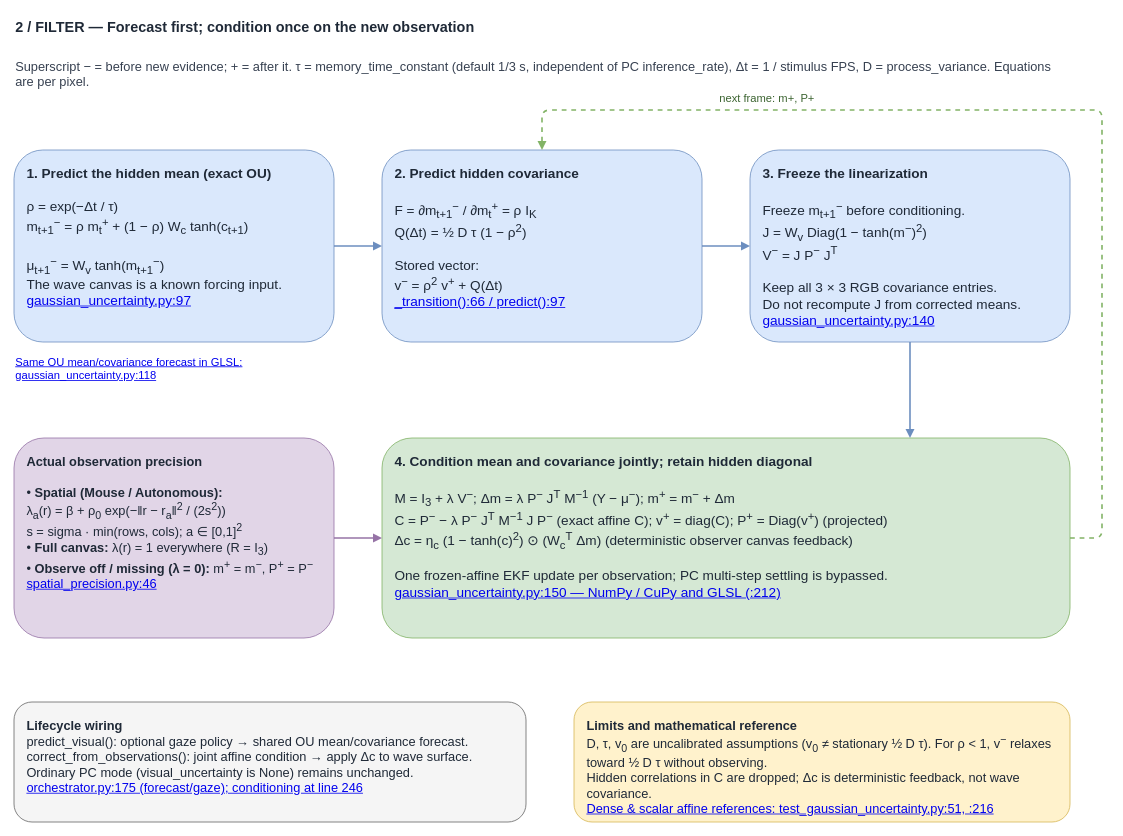
Earlier version of the draw.io diagram page "2 - Forecast and conditioning" (2 of 3) of docs/predictive-uncertainty-math.drawio (EternalGoldenBraid/AudioViz). Source tidied: cells renumbered, new cells numbered last; positions are measured from the earlier drawing's top-left corner, leaving out a move shared by most shapes. Both pictures are drawn from the tidied source at 80%, with x=0, y=0 at pixel (14, 14).
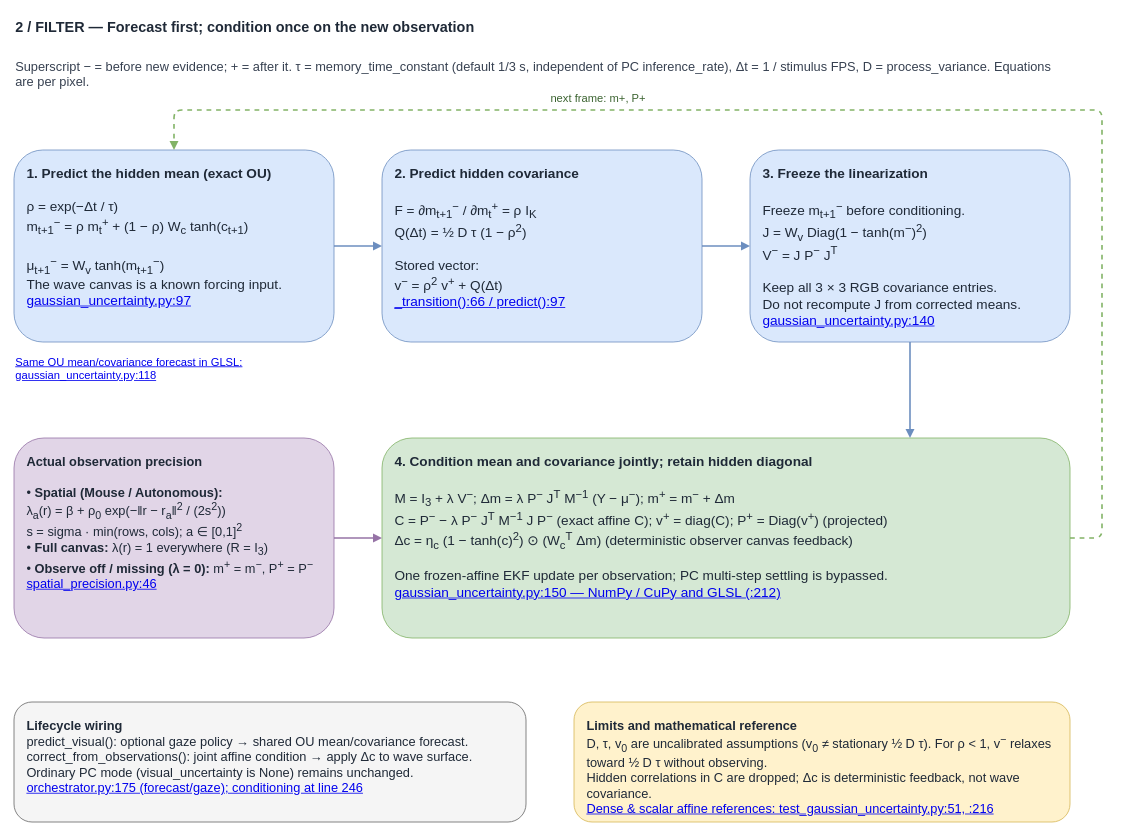
Above is the later version.

Commit message:
Active vision: route next-frame temporal filter loop to Box 1 on Page 2

Diff of the diagram source:
```diff
@@
 <mxGraphModel background="#ffffff">
   <root>
     <mxCell id="0" />
     <mxCell id="1" parent="0" />
     <mxCell id="2" value="2 / FILTER — Forecast first; condition once on the new observation" style="text;whiteSpace=wrap;html=1;fontSize=18;fontStyle=1;align=left;fontColor=#1f2937;" parent="1" vertex="1">
       <mxGeometry width="1320" height="40" as="geometry" />
     </mxCell>
     <mxCell id="3" value="Superscript − = before new evidence; + = after it. τ = memory_time_constant (default 1/3 s, independent of PC inference_rate), Δt = 1 / stimulus FPS, D = process_variance. Equations are per pixel." style="text;whiteSpace=wrap;html=1;fontSize=16;align=left;fontColor=#374151;" parent="1" vertex="1">
       <mxGeometry y="50" width="1320" height="40" as="geometry" />
     </mxCell>
     <mxCell id="4" value="&lt;b&gt;1. Predict the hidden mean (exact OU)&lt;/b&gt;&lt;br&gt;&lt;br&gt;ρ = exp(−Δt / τ)&lt;br&gt;m&lt;sub&gt;t+1&lt;/sub&gt;&lt;sup&gt;−&lt;/sup&gt; = ρ m&lt;sub&gt;t&lt;/sub&gt;&lt;sup&gt;+&lt;/sup&gt; + (1 − ρ) W&lt;sub&gt;c&lt;/sub&gt; tanh(c&lt;sub&gt;t+1&lt;/sub&gt;)&lt;br&gt;&lt;br&gt;μ&lt;sub&gt;t+1&lt;/sub&gt;&lt;sup&gt;−&lt;/sup&gt; = W&lt;sub&gt;v&lt;/sub&gt; tanh(m&lt;sub&gt;t+1&lt;/sub&gt;&lt;sup&gt;−&lt;/sup&gt;)&lt;br&gt;The wave canvas is a known forcing input.&lt;br&gt;&lt;a href=&quot;vscode://file/home/nicklas/Projects/AudioViz/src/audioviz/readouts/gaussian_uncertainty.py:97:1&quot;&gt;gaussian_uncertainty.py:97&lt;/a&gt;" style="rounded=1;whiteSpace=wrap;html=1;fillColor=#dae8fc;strokeColor=#6c8ebf;fontColor=#1f2937;fontSize=17;align=left;verticalAlign=top;spacing=16;" parent="1" vertex="1">
       <mxGeometry y="170" width="400" height="240" as="geometry" />
     </mxCell>
     <mxCell id="5" value="&lt;b&gt;2. Predict hidden covariance&lt;/b&gt;&lt;br&gt;&lt;br&gt;F = ∂m&lt;sub&gt;t+1&lt;/sub&gt;&lt;sup&gt;−&lt;/sup&gt; / ∂m&lt;sub&gt;t&lt;/sub&gt;&lt;sup&gt;+&lt;/sup&gt; = ρ I&lt;sub&gt;K&lt;/sub&gt;&lt;br&gt;Q(Δt) = ½ D τ (1 − ρ&lt;sup&gt;2&lt;/sup&gt;)&lt;br&gt;&lt;br&gt;Stored vector:&lt;br&gt;v&lt;sup&gt;−&lt;/sup&gt; = ρ&lt;sup&gt;2&lt;/sup&gt; v&lt;sup&gt;+&lt;/sup&gt; + Q(Δt)&lt;br&gt;&lt;a href=&quot;vscode://file/home/nicklas/Projects/AudioViz/src/audioviz/readouts/gaussian_uncertainty.py:66:1&quot;&gt;_transition():66 / predict():97&lt;/a&gt;" style="rounded=1;whiteSpace=wrap;html=1;fillColor=#dae8fc;strokeColor=#6c8ebf;fontColor=#1f2937;fontSize=17;align=left;verticalAlign=top;spacing=16;" parent="1" vertex="1">
       <mxGeometry x="460" y="170" width="400" height="240" as="geometry" />
     </mxCell>
     <mxCell id="6" value="&lt;b&gt;3. Freeze the linearization&lt;/b&gt;&lt;br&gt;&lt;br&gt;Freeze m&lt;sub&gt;t+1&lt;/sub&gt;&lt;sup&gt;−&lt;/sup&gt; before conditioning.&lt;br&gt;J = W&lt;sub&gt;v&lt;/sub&gt; Diag(1 − tanh(m&lt;sup&gt;−&lt;/sup&gt;)&lt;sup&gt;2&lt;/sup&gt;)&lt;br&gt;V&lt;sup&gt;−&lt;/sup&gt; = J P&lt;sup&gt;−&lt;/sup&gt; J&lt;sup&gt;T&lt;/sup&gt;&lt;br&gt;&lt;br&gt;Keep all 3 × 3 RGB covariance entries.&lt;br&gt;Do not recompute J from corrected means.&lt;br&gt;&lt;a href=&quot;vscode://file/home/nicklas/Projects/AudioViz/src/audioviz/readouts/gaussian_uncertainty.py:140:1&quot;&gt;gaussian_uncertainty.py:140&lt;/a&gt;" style="rounded=1;whiteSpace=wrap;html=1;fillColor=#dae8fc;strokeColor=#6c8ebf;fontColor=#1f2937;fontSize=17;align=left;verticalAlign=top;spacing=16;" parent="1" vertex="1">
       <mxGeometry x="920" y="170" width="400" height="240" as="geometry" />
     </mxCell>
     <mxCell id="7" value="&lt;a href=&quot;vscode://file/home/nicklas/Projects/AudioViz/src/audioviz/readouts/gaussian_uncertainty.py:118:1&quot;&gt;Same OU mean/covariance forecast in GLSL: gaussian_uncertainty.py:118&lt;/a&gt;" style="text;whiteSpace=wrap;html=1;fontSize=14;align=left;fontColor=#1e5a90;" parent="1" vertex="1">
       <mxGeometry y="420" width="400" height="50" as="geometry" />
     </mxCell>
     <mxCell id="8" value="&lt;b&gt;Actual observation precision&lt;/b&gt;&lt;br&gt;&lt;br&gt;• &lt;b&gt;Spatial (Mouse / Autonomous):&lt;/b&gt;&lt;br&gt;  λ&lt;sub&gt;a&lt;/sub&gt;(r) = β + ρ&lt;sub&gt;0&lt;/sub&gt; exp(−‖r − r&lt;sub&gt;a&lt;/sub&gt;‖&lt;sup&gt;2&lt;/sup&gt; / (2s&lt;sup&gt;2&lt;/sup&gt;))&lt;br&gt;  s = sigma · min(rows, cols); a ∈ [0,1]&lt;sup&gt;2&lt;/sup&gt;&lt;br&gt;• &lt;b&gt;Full canvas:&lt;/b&gt; λ(r) = 1 everywhere (R = I&lt;sub&gt;3&lt;/sub&gt;)&lt;br&gt;• &lt;b&gt;Observe off / missing (λ = 0):&lt;/b&gt; m&lt;sup&gt;+&lt;/sup&gt; = m&lt;sup&gt;−&lt;/sup&gt;, P&lt;sup&gt;+&lt;/sup&gt; = P&lt;sup&gt;−&lt;/sup&gt;&lt;br&gt;&lt;a href=&quot;vscode://file/home/nicklas/Projects/AudioViz/src/audioviz/readouts/spatial_precision.py:46:1&quot;&gt;spatial_precision.py:46&lt;/a&gt;" style="rounded=1;whiteSpace=wrap;html=1;fillColor=#e1d5e7;strokeColor=#9673a6;fontColor=#1f2937;fontSize=16;align=left;verticalAlign=top;spacing=16;" parent="1" vertex="1">
       <mxGeometry y="530" width="400" height="250" as="geometry" />
     </mxCell>
     <mxCell id="9" value="&lt;b&gt;4. Condition mean and covariance jointly; retain hidden diagonal&lt;/b&gt;&lt;br&gt;&lt;br&gt;M = I&lt;sub&gt;3&lt;/sub&gt; + λ V&lt;sup&gt;−&lt;/sup&gt;;  Δm = λ P&lt;sup&gt;−&lt;/sup&gt; J&lt;sup&gt;T&lt;/sup&gt; M&lt;sup&gt;−1&lt;/sup&gt; (Y − μ&lt;sup&gt;−&lt;/sup&gt;);  m&lt;sup&gt;+&lt;/sup&gt; = m&lt;sup&gt;−&lt;/sup&gt; + Δm&lt;br&gt;C = P&lt;sup&gt;−&lt;/sup&gt; − λ P&lt;sup&gt;−&lt;/sup&gt; J&lt;sup&gt;T&lt;/sup&gt; M&lt;sup&gt;−1&lt;/sup&gt; J P&lt;sup&gt;−&lt;/sup&gt; (exact affine C);  v&lt;sup&gt;+&lt;/sup&gt; = diag(C);  P&lt;sup&gt;+&lt;/sup&gt; = Diag(v&lt;sup&gt;+&lt;/sup&gt;) (projected)&lt;br&gt;Δc = η&lt;sub&gt;c&lt;/sub&gt; (1 − tanh(c)&lt;sup&gt;2&lt;/sup&gt;) ⊙ (W&lt;sub&gt;c&lt;/sub&gt;&lt;sup&gt;T&lt;/sup&gt; Δm)  (deterministic observer canvas feedback)&lt;br&gt;&lt;br&gt;One frozen-affine EKF update per observation; PC multi-step settling is bypassed.&lt;br&gt;&lt;a href=&quot;vscode://file/home/nicklas/Projects/AudioViz/src/audioviz/readouts/gaussian_uncertainty.py:150:1&quot;&gt;gaussian_uncertainty.py:150 — NumPy / CuPy and GLSL (:212)&lt;/a&gt;" style="rounded=1;whiteSpace=wrap;html=1;fillColor=#d5e8d4;strokeColor=#82b366;fontColor=#1f2937;fontSize=17;align=left;verticalAlign=top;spacing=16;" parent="1" vertex="1">
       <mxGeometry x="460" y="530" width="860" height="250" as="geometry" />
     </mxCell>
     <mxCell id="10" value="&lt;b&gt;Lifecycle wiring&lt;/b&gt;&lt;br&gt;predict_visual(): optional gaze policy → shared OU mean/covariance forecast.&lt;br&gt;correct_from_observations(): joint affine condition → apply Δc to wave surface.&lt;br&gt;Ordinary PC mode (visual_uncertainty is None) remains unchanged.&lt;br&gt;&lt;a href=&quot;vscode://file/home/nicklas/Projects/AudioViz/src/audioviz/sources/orchestrator.py:175:1&quot;&gt;orchestrator.py:175 (forecast/gaze); conditioning at line 246&lt;/a&gt;" style="rounded=1;whiteSpace=wrap;html=1;fillColor=#f5f5f5;strokeColor=#666666;fontColor=#1f2937;fontSize=16;align=left;verticalAlign=top;spacing=16;" parent="1" vertex="1">
       <mxGeometry y="860" width="640" height="150" as="geometry" />
     </mxCell>
     <mxCell id="11" value="&lt;b&gt;Limits and mathematical reference&lt;/b&gt;&lt;br&gt;D, τ, v&lt;sub&gt;0&lt;/sub&gt; are uncalibrated assumptions (v&lt;sub&gt;0&lt;/sub&gt; ≠ stationary ½ D τ). For ρ &amp;lt; 1, v&lt;sup&gt;−&lt;/sup&gt; relaxes toward ½ D τ without observing.&lt;br&gt;Hidden correlations in C are dropped; Δc is deterministic feedback, not wave covariance.&lt;br&gt;&lt;a href=&quot;vscode://file/home/nicklas/Projects/AudioViz/tests/readouts/test_gaussian_uncertainty.py:51:1&quot;&gt;Dense &amp;amp; scalar affine references: test_gaussian_uncertainty.py:51, :216&lt;/a&gt;" style="rounded=1;whiteSpace=wrap;html=1;fillColor=#fff2cc;strokeColor=#d6b656;fontColor=#1f2937;fontSize=16;align=left;verticalAlign=top;spacing=16;" parent="1" vertex="1">
       <mxGeometry x="700" y="860" width="620" height="150" as="geometry" />
     </mxCell>
     <mxCell id="12" style="edgeStyle=orthogonalEdgeStyle;html=1;strokeColor=#6c8ebf;strokeWidth=2;endArrow=block;exitX=1;exitY=0.5;entryX=0;entryY=0.5;" parent="1" edge="1" source="4" target="5">
       <mxGeometry relative="1" as="geometry" />
     </mxCell>
     <mxCell id="13" style="edgeStyle=orthogonalEdgeStyle;html=1;strokeColor=#6c8ebf;strokeWidth=2;endArrow=block;exitX=1;exitY=0.5;entryX=0;entryY=0.5;" parent="1" edge="1" source="5" target="6">
       <mxGeometry relative="1" as="geometry" />
     </mxCell>
     <mxCell id="14" style="edgeStyle=orthogonalEdgeStyle;html=1;strokeColor=#6c8ebf;strokeWidth=2;endArrow=block;exitX=0.5;exitY=1;entryX=0.76744;entryY=0;" parent="1" edge="1" source="6" target="9">
       <mxGeometry relative="1" as="geometry" />
     </mxCell>
     <mxCell id="15" style="edgeStyle=orthogonalEdgeStyle;html=1;strokeColor=#9673a6;strokeWidth=2;endArrow=block;exitX=1;exitY=0.5;entryX=0;entryY=0.5;" parent="1" edge="1" source="8" target="9">
       <mxGeometry relative="1" as="geometry" />
     </mxCell>
-    <mxCell id="16" value="next frame: m+, P+" style="edgeStyle=orthogonalEdgeStyle;html=1;strokeColor=#82b366;strokeWidth=2;endArrow=block;dashed=1;fontSize=14;fontColor=#3b6330;labelBackgroundColor=#ffffff;exitX=1;exitY=0.5;entryX=0.5;entryY=0;" parent="1" edge="1" source="9" target="5">
-      <mxGeometry x="0.5" y="-15" relative="1" as="geometry">
+    <mxCell id="16" value="next frame: m+, P+" style="edgeStyle=orthogonalEdgeStyle;html=1;strokeColor=#82b366;strokeWidth=2;endArrow=block;dashed=1;fontSize=14;fontColor=#3b6330;labelBackgroundColor=#ffffff;exitX=1;exitY=0.5;entryX=0.5;entryY=0;" parent="1" edge="1" source="9" target="4">
+      <mxGeometry x="0.35" y="-15" relative="1" as="geometry">
         <Array as="points">
           <mxPoint x="1360" y="655" />
           <mxPoint x="1360" y="120" />
-          <mxPoint x="660" y="120" />
+          <mxPoint x="200" y="120" />
         </Array>
       </mxGeometry>
     </mxCell>
   </root>
 </mxGraphModel>
```
